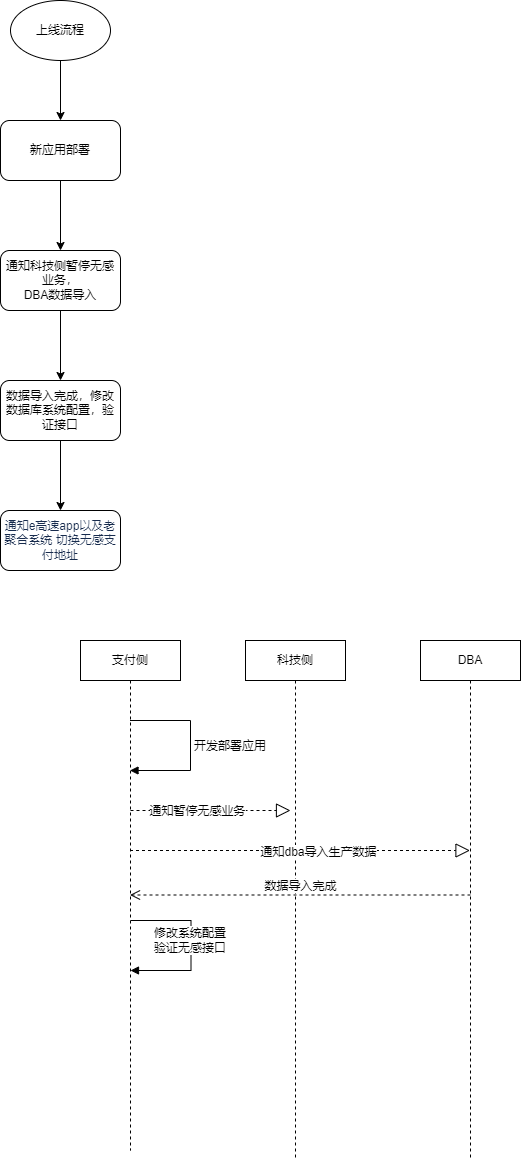
The draw.io diagram 无感支付上线.png in songyibo2019/mydiagrams, before a commit. Source tidied: cells renumbered, new cells last; positions are measured from the earlier drawing's top-left corner, leaving out a move shared by most shapes.
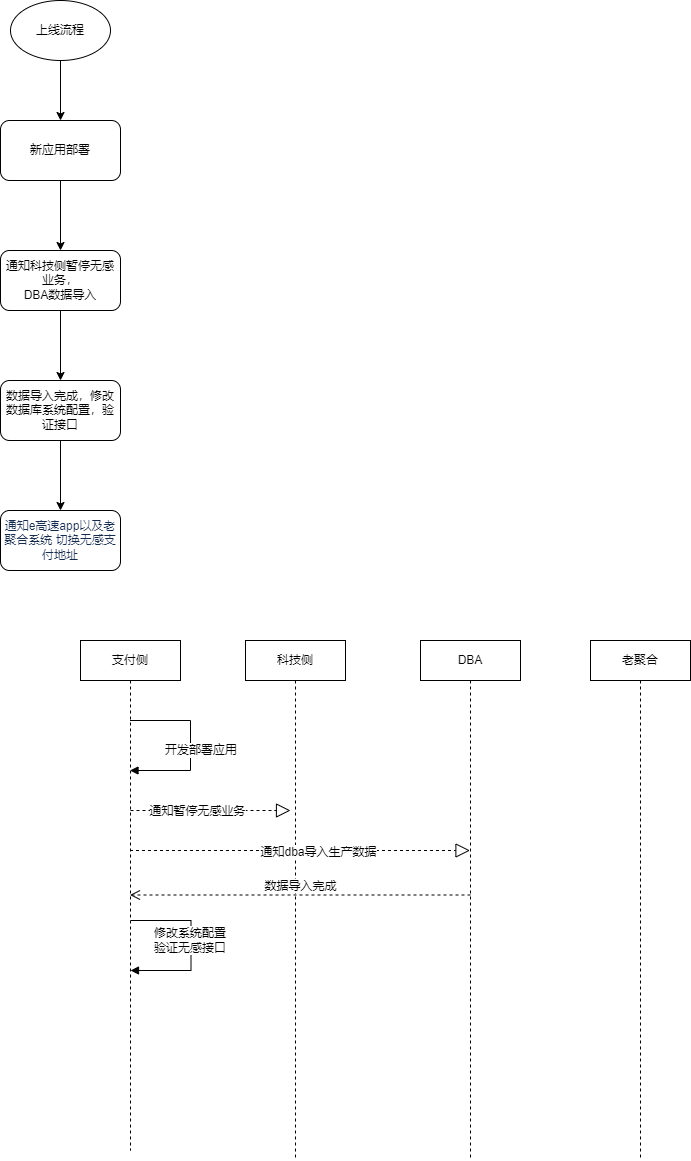
The same diagram one commit later.

Commit message:
Update 无感支付上线.png

Change to the diagram source:
```diff
@@ -53,11 +53,12 @@
       </mxGeometry>
     </mxCell>
     <mxCell id="17" value="开发部署应用" style="edgeStyle=orthogonalEdgeStyle;html=1;align=left;spacingLeft=2;endArrow=block;rounded=0;fontSize=12;" parent="1" edge="1" source="11" target="11">
-      <mxGeometry relative="1" as="geometry">
+      <mxGeometry x="0.64" y="-20" relative="1" as="geometry">
         <Array as="points">
           <mxPoint x="190" y="720" />
           <mxPoint x="190" y="770" />
         </Array>
+        <mxPoint x="1" as="offset" />
       </mxGeometry>
     </mxCell>
     <mxCell id="18" style="endArrow=block;dashed=1;endFill=0;endSize=12;html=1;rounded=0;fontSize=12;" parent="1" edge="1" source="11" target="15">
@@ -82,5 +83,8 @@
         </Array>
       </mxGeometry>
     </mxCell>
+    <mxCell id="21" value="老聚合" style="shape=umlLifeline;perimeter=lifelinePerimeter;whiteSpace=wrap;html=1;fontSize=12;" parent="1" vertex="1">
+      <mxGeometry x="590" y="640" width="100" height="520" as="geometry" />
+    </mxCell>
   </root>
 </mxGraphModel>
```
